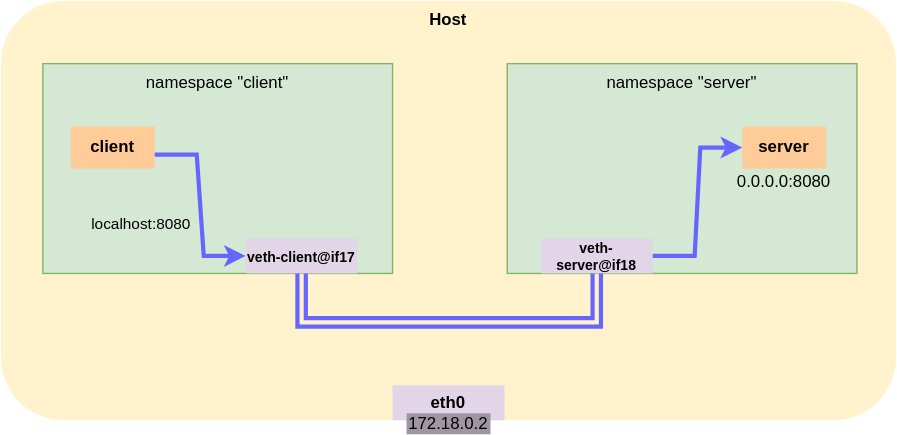
Above: assets/img/k8s-networking/pods-veth.svg in llorllale/llorllale.github.io (draw.io), before the change. Source tidied: cells renumbered, new cells last; positions are measured from the earlier drawing's top-left corner, leaving out a move shared by most shapes.
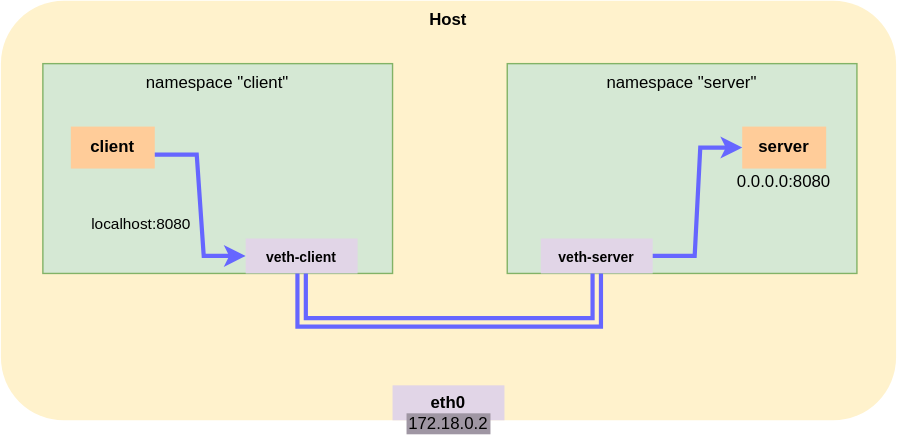
Later version of the same file.

Diff of the diagram source:
```diff
@@ -21,7 +21,7 @@
         <mxPoint x="-43" y="9" as="offset" />
       </mxGeometry>
     </mxCell>
-    <mxCell id="7" value="veth-client@if17" style="rounded=0;whiteSpace=wrap;html=1;fontStyle=1;fillColor=#e1d5e7;strokeColor=none;fontSize=10;" parent="1" vertex="1">
+    <mxCell id="7" value="veth-client" style="rounded=0;whiteSpace=wrap;html=1;fontStyle=1;fillColor=#e1d5e7;strokeColor=none;fontSize=10;" parent="1" vertex="1">
       <mxGeometry x="175" y="170" width="80" height="25" as="geometry" />
     </mxCell>
     <mxCell id="8" value="eth0" style="rounded=0;whiteSpace=wrap;html=1;fontStyle=1;fillColor=#e1d5e7;strokeColor=none;" parent="1" vertex="1">
@@ -39,7 +39,7 @@
     <mxCell id="12" value="0.0.0.0:8080" style="text;html=1;strokeColor=none;fillColor=none;align=center;verticalAlign=middle;whiteSpace=wrap;rounded=0;" parent="1" vertex="1">
       <mxGeometry x="530" y="115" width="60" height="30" as="geometry" />
     </mxCell>
-    <mxCell id="13" value="veth-server@if18" style="rounded=0;whiteSpace=wrap;html=1;fontStyle=1;fillColor=#e1d5e7;strokeColor=none;fontSize=10;" parent="1" vertex="1">
+    <mxCell id="13" value="veth-server" style="rounded=0;whiteSpace=wrap;html=1;fontStyle=1;fillColor=#e1d5e7;strokeColor=none;fontSize=10;" parent="1" vertex="1">
       <mxGeometry x="386" y="170" width="80" height="25" as="geometry" />
     </mxCell>
     <mxCell id="14" style="shape=link;html=1;rounded=0;strokeColor=#6666FF;fontSize=10;exitX=0.5;exitY=1;exitDx=0;exitDy=0;entryX=0.5;entryY=1;entryDx=0;entryDy=0;edgeStyle=orthogonalEdgeStyle;strokeWidth=3;" parent="1" edge="1" source="7" target="13">
```
